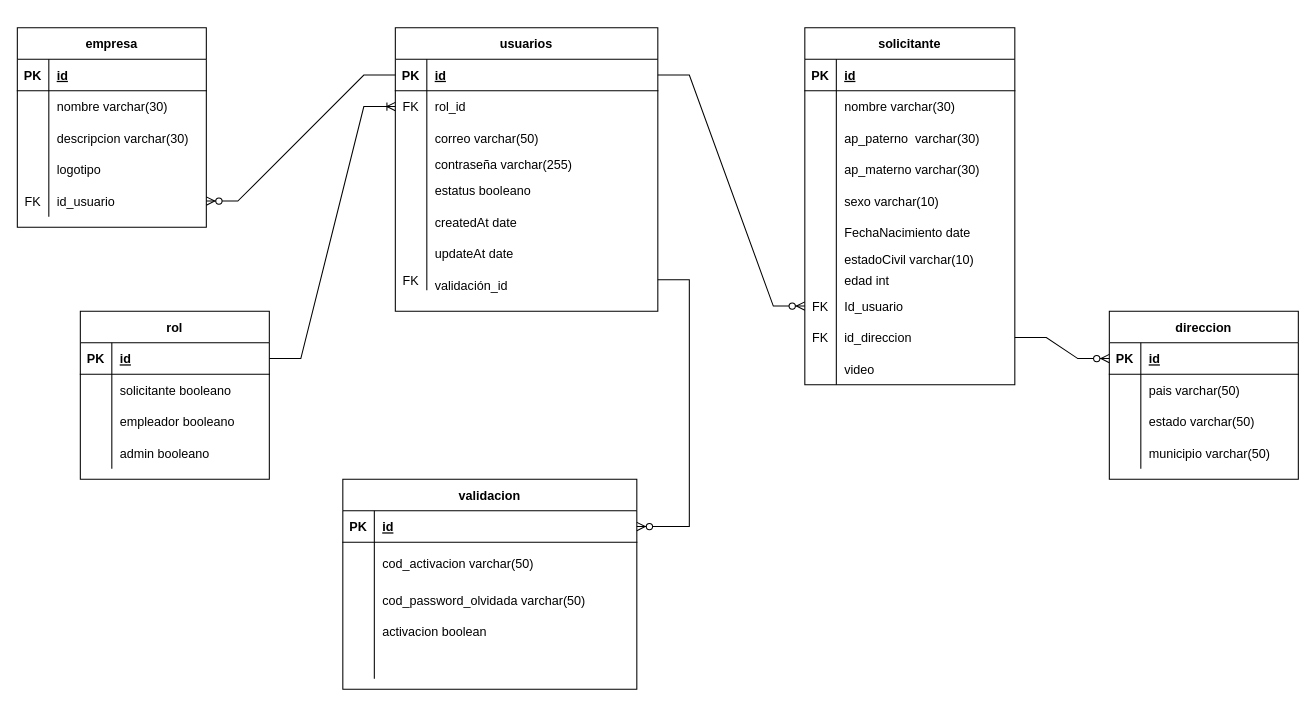
Before: page "Page-1" (1 of 2) of Diagrama BBDD.drawio in soolelu/pilotoE3-Back, a draw.io diagram. Source tidied: cells renumbered, new cells numbered last; positions are measured from the earlier drawing's top-left corner, leaving out a move shared by most shapes. Both pictures are drawn from the tidied source at 105%, with x=0, y=0 at pixel (17, 27).
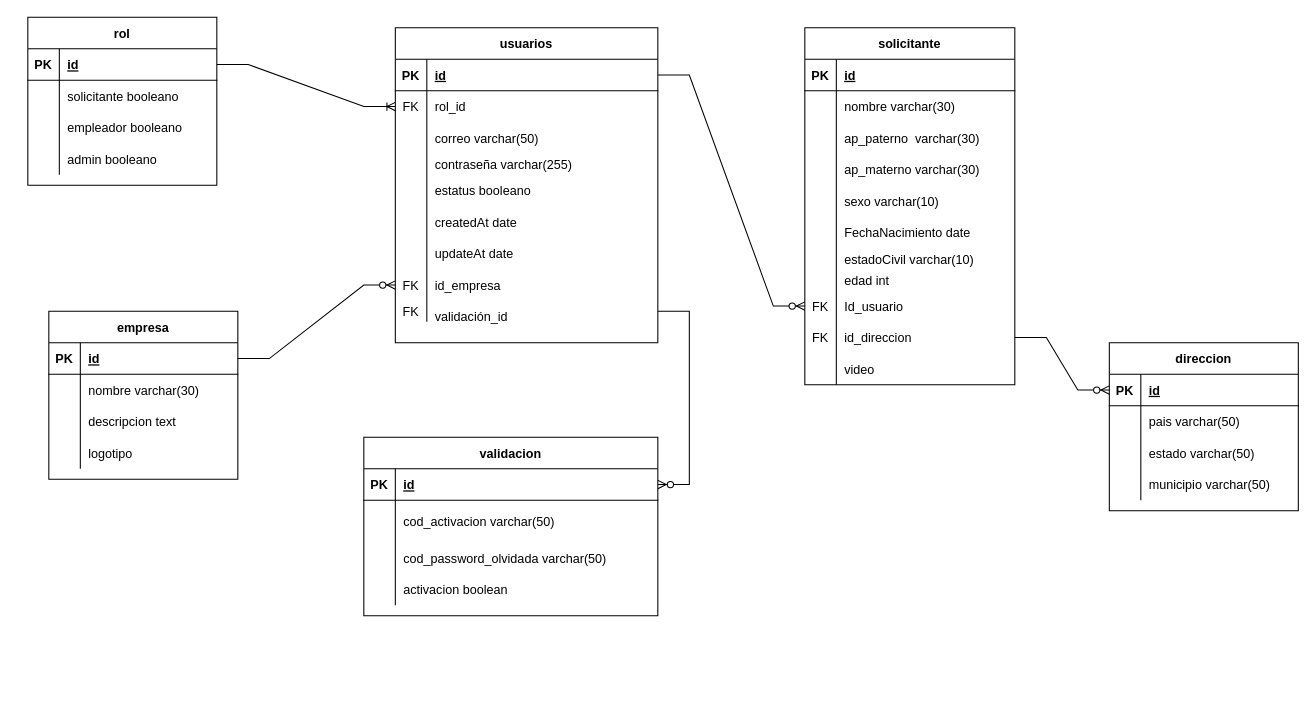
Above is the later version.

Unchanged cells that the change refers to:
```xml
<mxCell id="3" style="shape=partialRectangle;fillColor=none;points=[[0,0.5],[1,0.5]];portConstraint=eastwest;top=0;left=0;right=0;bottom=1;" parent="2" vertex="1">
  <mxGeometry y="30" width="250" height="30" as="geometry" />
</mxCell>
<mxCell id="42" style="shape=tableRow;horizontal=0;startSize=0;swimlaneHead=0;swimlaneBody=0;fillColor=none;points=[[0,0.5],[1,0.5]];portConstraint=eastwest;top=0;left=0;right=0;bottom=1;" parent="41" vertex="1">
  <mxGeometry y="30" width="180" height="30" as="geometry" />
</mxCell>
<mxCell id="48" style="shape=tableRow;horizontal=0;startSize=0;swimlaneHead=0;swimlaneBody=0;fillColor=none;top=0;left=0;right=0;bottom=0;" parent="41" vertex="1">
  <mxGeometry y="90" width="180" height="30" as="geometry" />
</mxCell>
```

Change to the diagram source:
```diff
@@
     <mxCell id="2" value="usuarios" style="shape=table;startSize=30;childLayout=tableLayout;rowLines=0;fontStyle=1;align=center;" parent="1" vertex="1">
-      <mxGeometry x="360" width="250" height="270" as="geometry" />
+      <mxGeometry x="360" width="250" height="300" as="geometry" />
     </mxCell>
@@
+    <mxCell id="125" style="shape=partialRectangle;fillColor=none;points=[[0,0.5],[1,0.5]];portConstraint=eastwest;top=0;left=0;right=0;bottom=0;" parent="2" vertex="1">
+      <mxGeometry y="230" width="250" height="30" as="geometry" />
+    </mxCell>
+    <mxCell id="55" value="FK" style="shape=partialRectangle;overflow=hidden;fillColor=none;top=0;left=0;bottom=0;right=0;" parent="125" vertex="1">
+      <mxGeometry width="30" height="30" as="geometry" />
+    </mxCell>
+    <mxCell id="126" value="id_empresa" style="shape=partialRectangle;overflow=hidden;fillColor=none;top=0;left=0;bottom=0;right=0;align=left;spacingLeft=6;" parent="125" vertex="1">
+      <mxGeometry x="30" width="220" height="30" as="geometry" />
+    </mxCell>
     <mxCell id="24" style="shape=partialRectangle;fillColor=none;points=[[0,0.5],[1,0.5]];portConstraint=eastwest;top=0;left=0;right=0;bottom=0;" parent="2" vertex="1">
-      <mxGeometry y="230" width="250" height="20" as="geometry" />
+      <mxGeometry y="260" width="250" height="20" as="geometry" />
     </mxCell>
@@
     <mxCell id="27" value="rol" style="shape=table;startSize=30;childLayout=tableLayout;rowLines=0;fontStyle=1;align=center;" parent="1" vertex="1">
-      <mxGeometry x="60" y="270" width="180" height="160" as="geometry" />
+      <mxGeometry x="10" y="-10" width="180" height="160" as="geometry" />
     </mxCell>
@@
     <mxCell id="41" value="empresa" style="shape=table;startSize=30;childLayout=tableLayout;rowLines=0;fontStyle=1;align=center;" parent="1" vertex="1">
-      <mxGeometry width="180" height="190" as="geometry" />
+      <mxGeometry x="30" y="270" width="180" height="160" as="geometry" />
     </mxCell>
@@
-    <mxCell id="50" value="descripcion varchar(30)" style="shape=partialRectangle;fillColor=none;top=0;left=0;bottom=0;right=0;align=left;spacingLeft=6;overflow=hidden;" parent="48" vertex="1">
+    <mxCell id="50" value="descripcion text" style="shape=partialRectangle;fillColor=none;top=0;left=0;bottom=0;right=0;align=left;spacingLeft=6;overflow=hidden;" parent="48" vertex="1">
       <mxGeometry x="30" width="150" height="30" as="geometry" />
     </mxCell>
@@
-    <mxCell id="54" style="shape=tableRow;horizontal=0;startSize=0;swimlaneHead=0;swimlaneBody=0;fillColor=none;points=[[0,0.5],[1,0.5]];portConstraint=eastwest;top=0;left=0;right=0;bottom=0;" parent="41" vertex="1">
-      <mxGeometry y="150" width="180" height="30" as="geometry" />
-    </mxCell>
-    <mxCell id="55" value="FK" style="shape=partialRectangle;fillColor=none;top=0;left=0;bottom=0;right=0;overflow=hidden;" parent="54" vertex="1">
-      <mxGeometry width="30" height="30" as="geometry" />
-    </mxCell>
-    <mxCell id="56" value="id_usuario" style="shape=partialRectangle;fillColor=none;top=0;left=0;bottom=0;right=0;align=left;spacingLeft=6;overflow=hidden;" parent="54" vertex="1">
-      <mxGeometry x="30" width="150" height="30" as="geometry" />
-    </mxCell>
@@
-    <mxCell id="91" style="edgeStyle=entityRelationEdgeStyle;fontSize=12;html=1;endArrow=ERzeroToMany;endFill=1;rounded=0;exitX=0;exitY=0.5;exitDx=0;exitDy=0;" parent="1" edge="1" source="3" target="54">
-      <mxGeometry relative="1" as="geometry" />
-    </mxCell>
@@
     <mxCell id="93" value="validacion" style="shape=table;startSize=30;childLayout=tableLayout;rowLines=0;fontStyle=1;align=center;" parent="1" vertex="1">
-      <mxGeometry x="310" y="430" width="280" height="200" as="geometry" />
+      <mxGeometry x="330" y="390" width="280" height="170" as="geometry" />
     </mxCell>
@@
-    <mxCell id="106" style="shape=tableRow;horizontal=0;startSize=0;swimlaneHead=0;swimlaneBody=0;fillColor=none;top=0;left=0;right=0;bottom=0;" parent="93" vertex="1">
-      <mxGeometry y="160" width="280" height="30" as="geometry" />
-    </mxCell>
-    <mxCell id="107" style="shape=partialRectangle;fillColor=none;top=0;left=0;bottom=0;right=0;overflow=hidden;" parent="106" vertex="1">
-      <mxGeometry width="30" height="30" as="geometry" />
-    </mxCell>
-    <mxCell id="108" style="shape=partialRectangle;fillColor=none;top=0;left=0;bottom=0;right=0;align=left;spacingLeft=6;overflow=hidden;" parent="106" vertex="1">
-      <mxGeometry x="30" width="250" height="30" as="geometry" />
-    </mxCell>
     <mxCell id="109" value="validación_id" style="shape=partialRectangle;overflow=hidden;fillColor=none;top=0;left=0;bottom=0;right=0;align=left;spacingLeft=6;" parent="1" vertex="1">
-      <mxGeometry x="390" y="230" width="220" height="30" as="geometry" />
+      <mxGeometry x="390" y="260" width="220" height="30" as="geometry" />
     </mxCell>
@@
     <mxCell id="111" value="direccion" style="shape=table;startSize=30;childLayout=tableLayout;rowLines=0;fontStyle=1;align=center;" parent="1" vertex="1">
-      <mxGeometry x="1040" y="270" width="180" height="160" as="geometry" />
+      <mxGeometry x="1040" y="300" width="180" height="160" as="geometry" />
     </mxCell>
@@
+    <mxCell id="127" style="edgeStyle=entityRelationEdgeStyle;fontSize=12;html=1;endArrow=ERzeroToMany;endFill=1;rounded=0;exitX=1;exitY=0.5;exitDx=0;exitDy=0;entryX=0;entryY=0.5;entryDx=0;entryDy=0;" parent="1" edge="1" source="42" target="125">
+      <mxGeometry relative="1" as="geometry" />
+    </mxCell>
```
